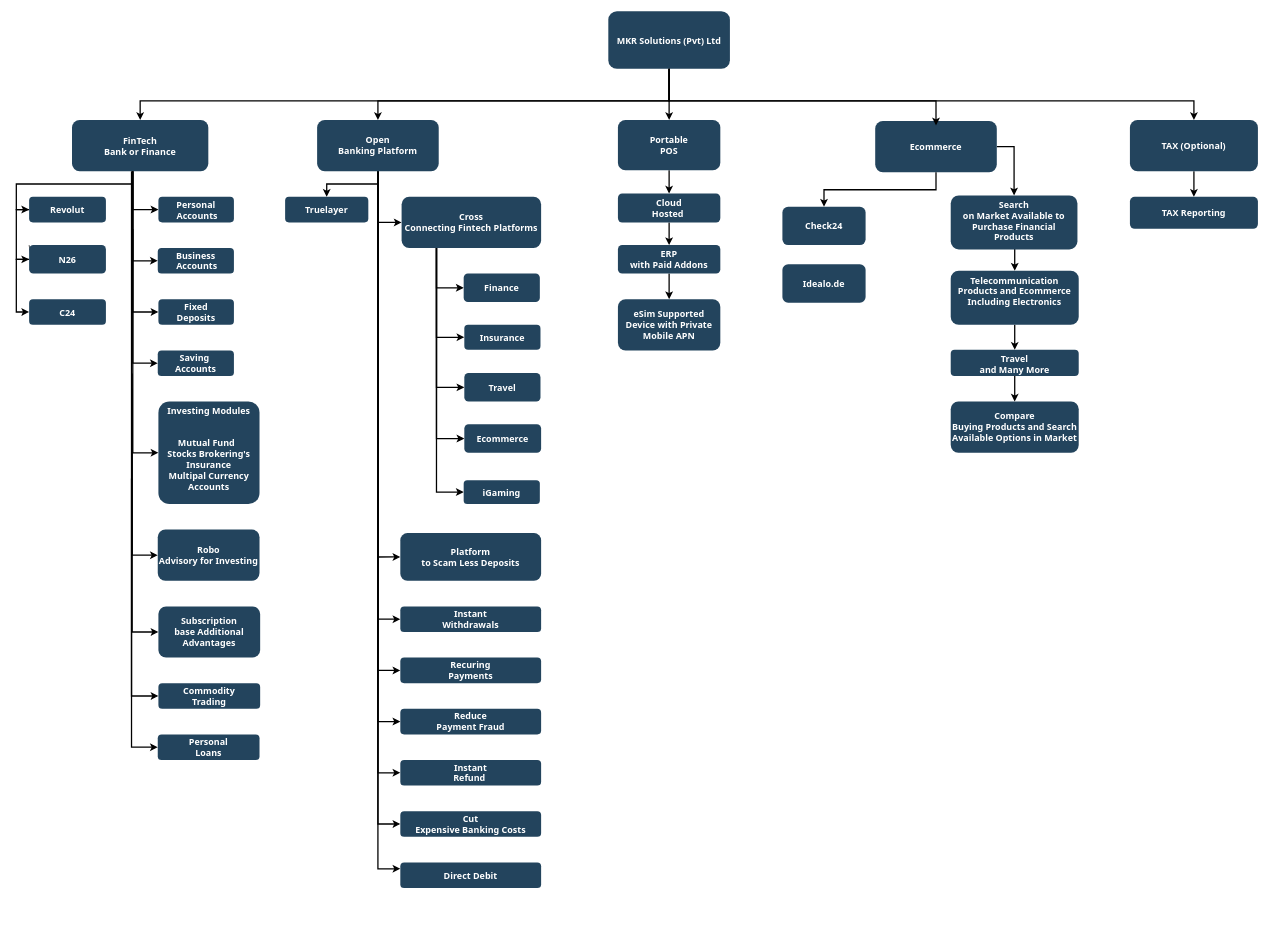
Above: MKR.drawio in sachini9427/MKR (draw.io), before the change. Source tidied: cells renumbered, new cells numbered last; positions are measured from the earlier drawing's top-left corner, leaving out a move shared by most shapes. Both pictures are drawn from the tidied source at 64%, with x=0, y=0 at pixel (16, 11).
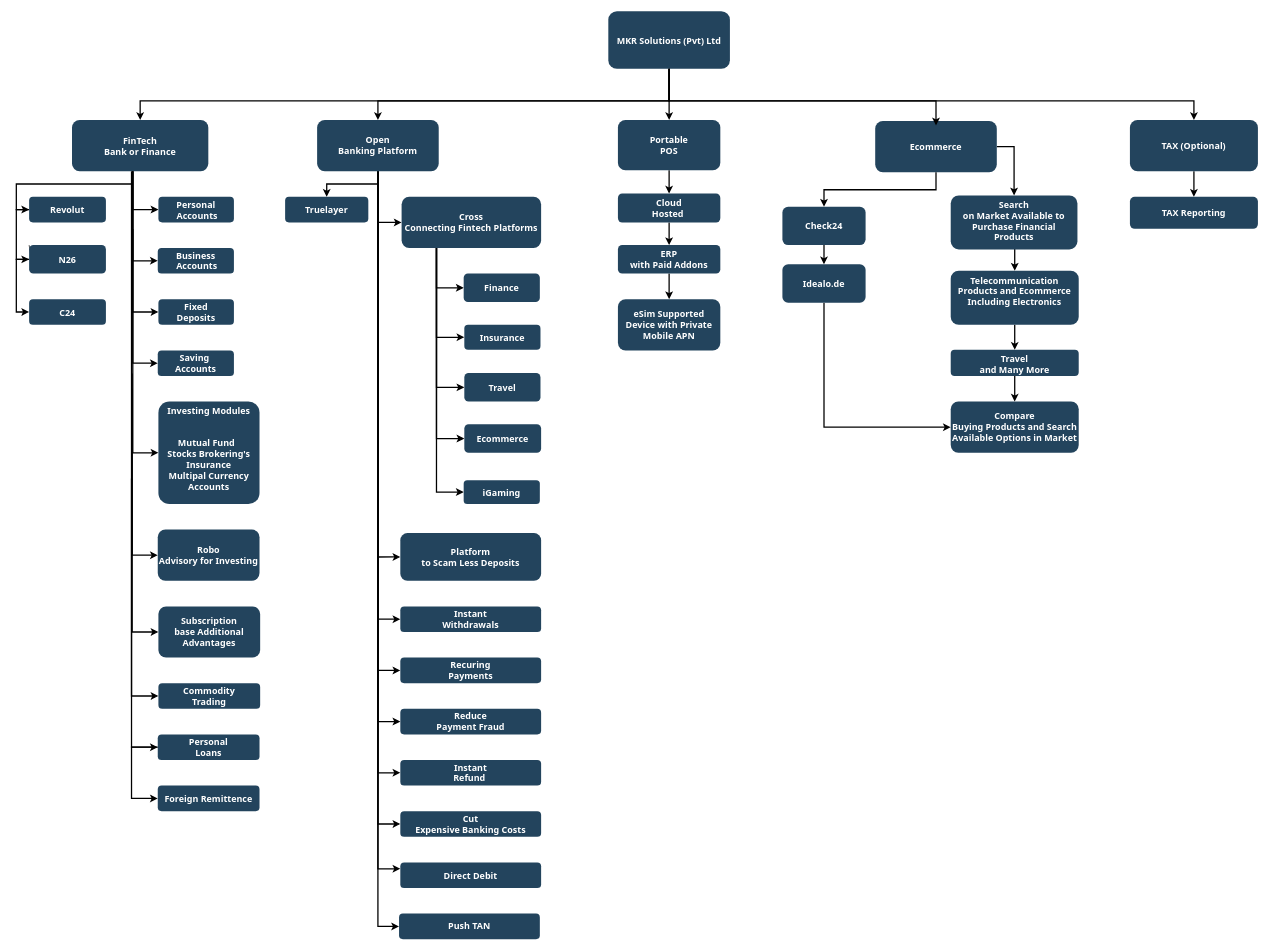
Above is the later version.

The change refers to these unchanged cells:
```xml
<mxCell id="20" value="Open&#10;Banking Platform" style="rounded=1;fillColor=#23445D;gradientColor=none;strokeColor=none;fontColor=#FFFFFF;fontStyle=1;fontFamily=Tahoma;fontSize=14;whiteSpace=wrap;" parent="1" vertex="1">
  <mxGeometry x="470" y="170" width="190" height="80" as="geometry" />
</mxCell>
<mxCell id="54" value="Check24" style="rounded=1;fillColor=#23445D;gradientColor=none;strokeColor=none;fontColor=#FFFFFF;fontStyle=1;fontFamily=Tahoma;fontSize=14;" parent="1" vertex="1">
  <mxGeometry x="1197" y="305.5" width="130" height="60" as="geometry" />
</mxCell>
<mxCell id="55" value="Idealo.de" style="rounded=1;fillColor=#23445D;gradientColor=none;strokeColor=none;fontColor=#FFFFFF;fontStyle=1;fontFamily=Tahoma;fontSize=14;" parent="1" vertex="1">
  <mxGeometry x="1197" y="395.5" width="130" height="60" as="geometry" />
</mxCell>
<mxCell id="58" value="Compare&#10;Buying Products and Search Available Options in Market" style="rounded=1;fillColor=#23445D;gradientColor=none;strokeColor=none;fontColor=#FFFFFF;fontStyle=1;fontFamily=Tahoma;fontSize=14;whiteSpace=wrap;" parent="1" vertex="1">
  <mxGeometry x="1460" y="610" width="200" height="80" as="geometry" />
</mxCell>
<mxCell id="70" value="Personal&#10;Loans" style="rounded=1;fillColor=#23445D;gradientColor=none;strokeColor=none;fontColor=#FFFFFF;fontStyle=1;fontFamily=Tahoma;fontSize=14;" parent="1" vertex="1">
  <mxGeometry x="221" y="1130" width="159" height="40" as="geometry" />
</mxCell>
```

Diff of the diagram source:
```diff
@@
+    <mxCell id="87" style="edgeStyle=orthogonalEdgeStyle;rounded=0;jettySize=auto;html=1;exitX=0.5;exitY=1;exitDx=0;exitDy=0;entryX=0;entryY=0.5;entryDx=0;entryDy=0;strokeWidth=2;" parent="1" edge="1" source="20" target="92">
+      <mxGeometry relative="1" as="geometry" />
+    </mxCell>
@@
+    <mxCell id="88" style="edgeStyle=orthogonalEdgeStyle;rounded=0;jettySize=auto;html=1;exitX=0.5;exitY=1;exitDx=0;exitDy=0;entryX=0.5;entryY=0;entryDx=0;entryDy=0;strokeWidth=2;" parent="1" edge="1" source="54" target="55">
+      <mxGeometry relative="1" as="geometry" />
+    </mxCell>
@@
+    <mxCell id="89" style="edgeStyle=orthogonalEdgeStyle;rounded=0;jettySize=auto;html=1;exitX=0.5;exitY=1;exitDx=0;exitDy=0;entryX=0;entryY=0.5;entryDx=0;entryDy=0;strokeWidth=2;" parent="1" edge="1" source="55" target="58">
+      <mxGeometry relative="1" as="geometry" />
+    </mxCell>
@@
+    <mxCell id="90" style="edgeStyle=orthogonalEdgeStyle;rounded=0;jettySize=auto;html=1;exitX=0;exitY=0.5;exitDx=0;exitDy=0;entryX=0;entryY=0.5;entryDx=0;entryDy=0;strokeWidth=2;" parent="1" edge="1" source="70" target="91">
+      <mxGeometry relative="1" as="geometry">
+        <Array as="points">
+          <mxPoint x="180" y="1150" />
+          <mxPoint x="180" y="1230" />
+        </Array>
+      </mxGeometry>
+    </mxCell>
@@
+    <mxCell id="91" value="Foreign Remittence" style="rounded=1;fillColor=#23445D;gradientColor=none;strokeColor=none;fontColor=#FFFFFF;fontStyle=1;fontFamily=Tahoma;fontSize=14;" parent="1" vertex="1">
+      <mxGeometry x="221" y="1210" width="159" height="40" as="geometry" />
+    </mxCell>
+    <mxCell id="92" value="Push TAN" style="rounded=1;fillColor=#23445D;gradientColor=none;strokeColor=none;fontColor=#FFFFFF;fontStyle=1;fontFamily=Tahoma;fontSize=14;whiteSpace=wrap;" parent="1" vertex="1">
+      <mxGeometry x="598" y="1410" width="220" height="40" as="geometry" />
+    </mxCell>
```
